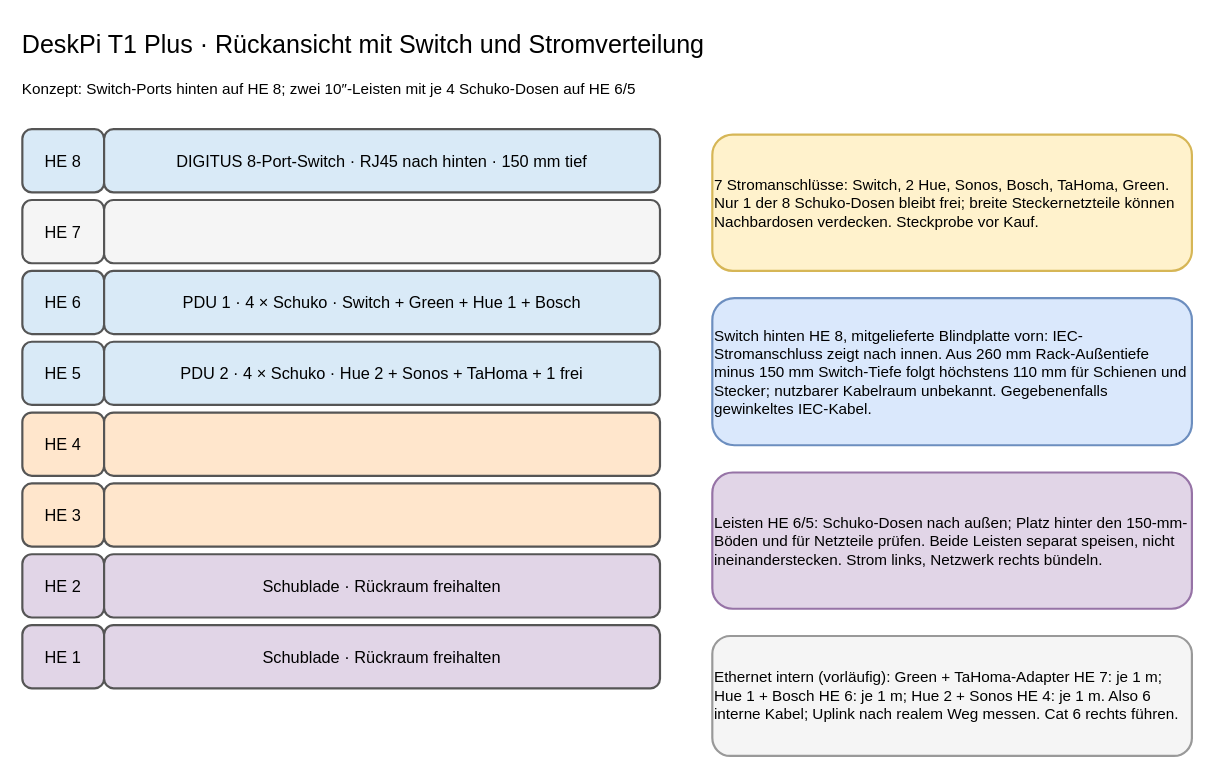
Above: page "DeskPi 8 HE – Rückseite" (3 of 4) of 10-zoll-rack-planung.drawio in tiptronic/diagrams (draw.io), before the change. Source tidied: cells renumbered, new cells numbered last; positions are measured from the earlier drawing's top-left corner, leaving out a move shared by most shapes. Both pictures are drawn from the tidied source at 109%, with x=0, y=0 at pixel (20, 20).
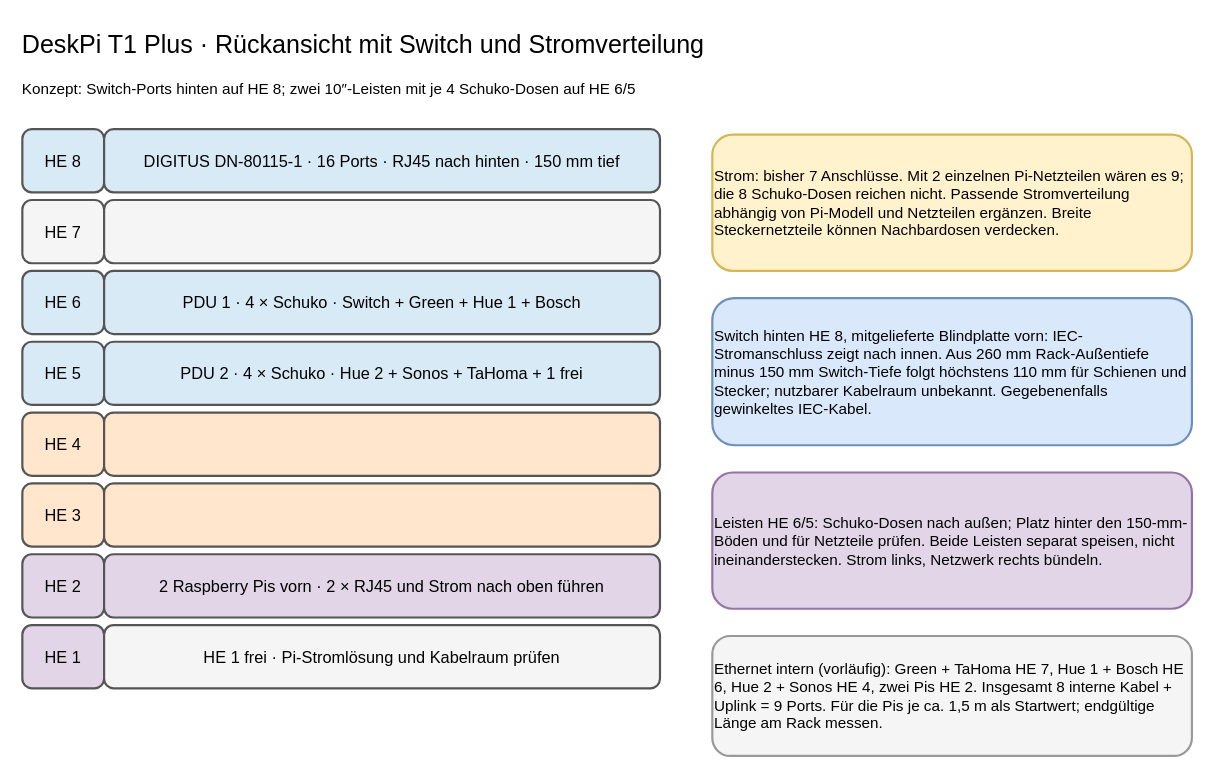
After the change.

Commit message (it also covers changes not shown here):
Plan two Raspberry Pis instead of drawer

What changed in the source:
```diff
@@
-    <mxCell id="5" value="DIGITUS 8-Port-Switch · RJ45 nach hinten · 150 mm tief" style="rounded=1;whiteSpace=wrap;html=1;align=center;verticalAlign=middle;strokeWidth=2;fontSize=15;fillColor=#d9eaf7;strokeColor=#555555;" parent="1" vertex="1">
+    <mxCell id="5" value="DIGITUS DN-80115-1 · 16 Ports · RJ45 nach hinten · 150 mm tief" style="rounded=1;whiteSpace=wrap;html=1;align=center;verticalAlign=middle;strokeWidth=2;fontSize=15;fillColor=#d9eaf7;strokeColor=#555555;" parent="1" vertex="1">
       <mxGeometry x="77" y="100" width="510" height="58" as="geometry" />
     </mxCell>
@@
-    <mxCell id="17" value="Schublade · Rückraum freihalten" style="rounded=1;whiteSpace=wrap;html=1;align=center;verticalAlign=middle;strokeWidth=2;fontSize=15;fillColor=#e1d5e7;strokeColor=#555555;" parent="1" vertex="1">
+    <mxCell id="17" value="2 Raspberry Pis vorn · 2 × RJ45 und Strom nach oben führen" style="rounded=1;whiteSpace=wrap;html=1;align=center;verticalAlign=middle;strokeWidth=2;fontSize=15;fillColor=#e1d5e7;strokeColor=#555555;" parent="1" vertex="1">
       <mxGeometry x="77" y="490" width="510" height="58" as="geometry" />
     </mxCell>
@@
-    <mxCell id="19" value="Schublade · Rückraum freihalten" style="rounded=1;whiteSpace=wrap;html=1;align=center;verticalAlign=middle;strokeWidth=2;fontSize=15;fillColor=#e1d5e7;strokeColor=#555555;" parent="1" vertex="1">
+    <mxCell id="19" value="HE 1 frei · Pi-Stromlösung und Kabelraum prüfen" style="rounded=1;whiteSpace=wrap;html=1;align=center;verticalAlign=middle;strokeWidth=2;fontSize=15;fillColor=#f5f5f5;strokeColor=#555555;" parent="1" vertex="1">
       <mxGeometry x="77" y="555" width="510" height="58" as="geometry" />
     </mxCell>
-    <mxCell id="20" value="7 Stromanschlüsse: Switch, 2 Hue, Sonos, Bosch, TaHoma, Green. Nur 1 der 8 Schuko-Dosen bleibt frei; breite Steckernetzteile können Nachbardosen verdecken. Steckprobe vor Kauf." style="rounded=1;whiteSpace=wrap;html=1;align=left;verticalAlign=middle;strokeWidth=2;fontSize=14;fillColor=#fff2cc;strokeColor=#d6b656;" parent="1" vertex="1">
+    <mxCell id="20" value="Strom: bisher 7 Anschlüsse. Mit 2 einzelnen Pi-Netzteilen wären es 9; die 8 Schuko-Dosen reichen nicht. Passende Stromverteilung abhängig von Pi-Modell und Netzteilen ergänzen. Breite Steckernetzteile können Nachbardosen verdecken." style="rounded=1;whiteSpace=wrap;html=1;align=left;verticalAlign=middle;strokeWidth=2;fontSize=14;fillColor=#fff2cc;strokeColor=#d6b656;" parent="1" vertex="1">
       <mxGeometry x="635" y="105" width="440" height="125" as="geometry" />
     </mxCell>
@@
-    <mxCell id="23" value="Ethernet intern (vorläufig): Green + TaHoma-Adapter HE 7: je 1 m; Hue 1 + Bosch HE 6: je 1 m; Hue 2 + Sonos HE 4: je 1 m. Also 6 interne Kabel; Uplink nach realem Weg messen. Cat 6 rechts führen." style="rounded=1;whiteSpace=wrap;html=1;align=left;verticalAlign=middle;strokeWidth=2;fontSize=14;fillColor=#f5f5f5;strokeColor=#999999;" parent="1" vertex="1">
+    <mxCell id="23" value="Ethernet intern (vorläufig): Green + TaHoma HE 7, Hue 1 + Bosch HE 6, Hue 2 + Sonos HE 4, zwei Pis HE 2. Insgesamt 8 interne Kabel + Uplink = 9 Ports. Für die Pis je ca. 1,5 m als Startwert; endgültige Länge am Rack messen." style="rounded=1;whiteSpace=wrap;html=1;align=left;verticalAlign=middle;strokeWidth=2;fontSize=14;fillColor=#f5f5f5;strokeColor=#999999;" parent="1" vertex="1">
       <mxGeometry x="635" y="565" width="440" height="110" as="geometry" />
     </mxCell>
```
